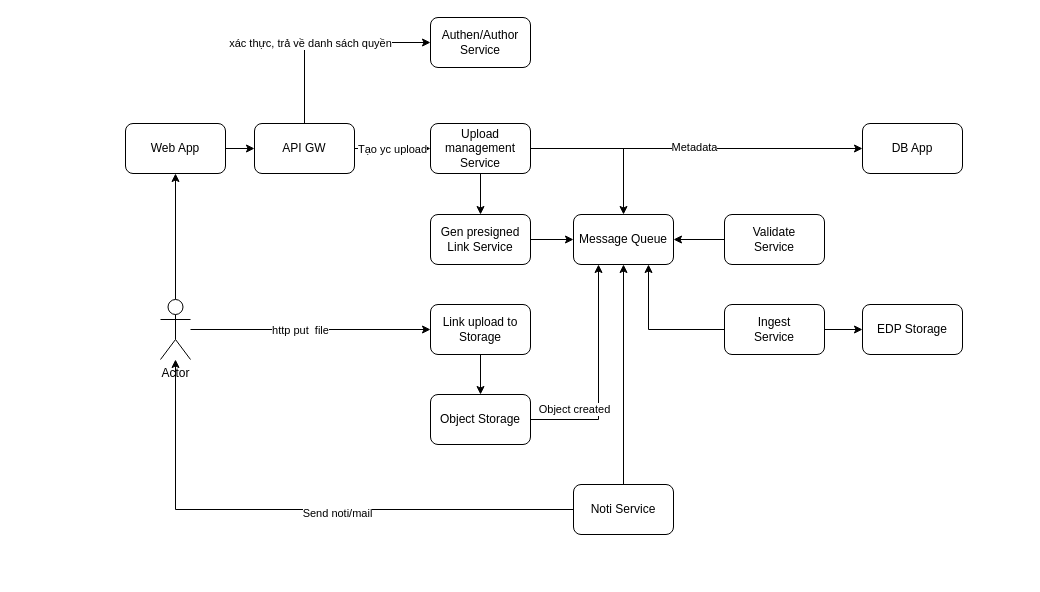
Above: page "Service" (2 of 4) of docs/App_UL.drawio in vietda1/enterprise-upload-system (draw.io), before the change. Source tidied: cells renumbered, new cells numbered last; positions are measured from the earlier drawing's top-left corner, leaving out a move shared by most shapes. Both pictures are drawn from the tidied source at 100%, with x=0, y=0 at pixel (125, 17).
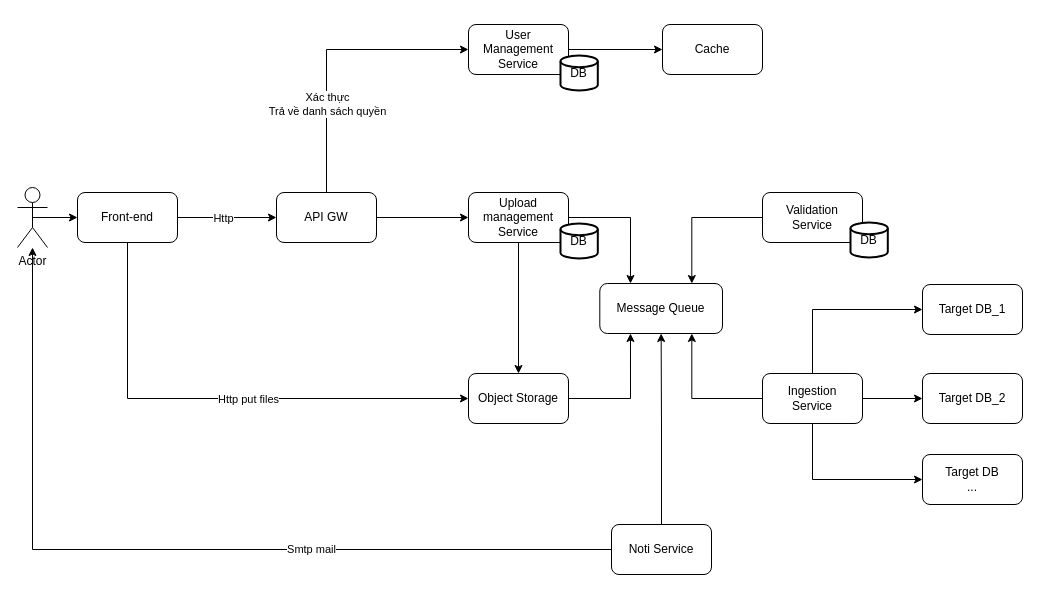
The same diagram, later.

The change refers to these unchanged cells:
```xml
<mxCell id="14" style="edgeStyle=orthogonalEdgeStyle;rounded=0;jettySize=auto;html=1;exitX=1;exitY=0.5;exitDx=0;exitDy=0;entryX=0;entryY=0.5;entryDx=0;entryDy=0;" parent="1" edge="1" source="15" target="21">
  <mxGeometry relative="1" as="geometry" />
</mxCell>
<mxCell id="19" style="edgeStyle=orthogonalEdgeStyle;rounded=0;jettySize=auto;html=1;exitX=0.5;exitY=0;exitDx=0;exitDy=0;entryX=0;entryY=0.5;entryDx=0;entryDy=0;" parent="1" edge="1" source="21" target="2">
  <mxGeometry relative="1" as="geometry" />
</mxCell>
<mxCell id="29" style="edgeStyle=orthogonalEdgeStyle;rounded=0;jettySize=auto;html=1;exitX=0;exitY=0.5;exitDx=0;exitDy=0;" parent="1" edge="1" source="32" target="28">
  <mxGeometry relative="1" as="geometry" />
</mxCell>
```

What changed in the source:
```diff
@@
-    <mxCell id="2" value="Authen/Author Service" style="rounded=1;whiteSpace=wrap;html=1;" parent="1" vertex="1">
-      <mxGeometry x="305" width="100" height="50" as="geometry" />
-    </mxCell>
-    <mxCell id="3" value="EDP Storage" style="rounded=1;whiteSpace=wrap;html=1;" parent="1" vertex="1">
-      <mxGeometry x="737" y="287" width="100" height="50" as="geometry" />
+    <mxCell id="3" value="Target DB_2" style="rounded=1;whiteSpace=wrap;html=1;" parent="1" vertex="1">
+      <mxGeometry x="797" y="356" width="100" height="50" as="geometry" />
     </mxCell>
-    <mxCell id="4" style="edgeStyle=orthogonalEdgeStyle;rounded=0;jettySize=auto;html=1;entryX=0.25;entryY=1;entryDx=0;entryDy=0;" parent="1" edge="1" source="6" target="16">
+    <mxCell id="4" style="edgeStyle=orthogonalEdgeStyle;rounded=0;jettySize=auto;html=1;exitX=1;exitY=0.5;exitDx=0;exitDy=0;entryX=0.25;entryY=1;entryDx=0;entryDy=0;" parent="1" edge="1" source="6" target="16">
       <mxGeometry relative="1" as="geometry" />
     </mxCell>
-    <mxCell id="5" value="Object created" style="edgeLabel;html=1;align=center;verticalAlign=middle;" parent="4" vertex="1">
-      <mxGeometry x="0.13" y="-1" relative="1" as="geometry">
-        <mxPoint x="-26" y="47" as="offset" />
-      </mxGeometry>
-    </mxCell>
     <mxCell id="6" value="Object Storage" style="rounded=1;whiteSpace=wrap;html=1;" parent="1" vertex="1">
-      <mxGeometry x="305" y="377" width="100" height="50" as="geometry" />
+      <mxGeometry x="343" y="356" width="100" height="50" as="geometry" />
     </mxCell>
-    <mxCell id="7" style="edgeStyle=orthogonalEdgeStyle;rounded=0;jettySize=auto;html=1;exitX=1;exitY=0.5;exitDx=0;exitDy=0;entryX=0;entryY=0.5;entryDx=0;entryDy=0;" parent="1" edge="1" source="8" target="16">
-      <mxGeometry relative="1" as="geometry" />
-    </mxCell>
-    <mxCell id="8" value="Gen presigned Link Service" style="rounded=1;whiteSpace=wrap;html=1;" parent="1" vertex="1">
-      <mxGeometry x="305" y="197" width="100" height="50" as="geometry" />
-    </mxCell>
-    <mxCell id="9" style="edgeStyle=orthogonalEdgeStyle;rounded=0;jettySize=auto;html=1;exitX=0.5;exitY=1;exitDx=0;exitDy=0;entryX=0.5;entryY=0;entryDx=0;entryDy=0;" parent="1" edge="1" source="13" target="8">
-      <mxGeometry relative="1" as="geometry" />
-    </mxCell>
-    <mxCell id="10" style="edgeStyle=orthogonalEdgeStyle;rounded=0;jettySize=auto;html=1;entryX=0;entryY=0.5;entryDx=0;entryDy=0;" parent="1" edge="1" source="13" target="22">
-      <mxGeometry relative="1" as="geometry" />
-    </mxCell>
-    <mxCell id="11" value="Metadata" style="edgeLabel;html=1;align=center;verticalAlign=middle;" parent="10" vertex="1">
-      <mxGeometry x="-0.01" y="2" relative="1" as="geometry">
-        <mxPoint x="-1" as="offset" />
-      </mxGeometry>
-    </mxCell>
-    <mxCell id="12" style="edgeStyle=orthogonalEdgeStyle;rounded=0;jettySize=auto;html=1;exitX=1;exitY=0.5;exitDx=0;exitDy=0;entryX=0.5;entryY=0;entryDx=0;entryDy=0;" parent="1" edge="1" source="13" target="16">
+    <mxCell id="12" style="edgeStyle=orthogonalEdgeStyle;rounded=0;jettySize=auto;html=1;exitX=1;exitY=0.5;exitDx=0;exitDy=0;entryX=0.25;entryY=0;entryDx=0;entryDy=0;" parent="1" edge="1" source="13" target="16">
       <mxGeometry relative="1" as="geometry" />
     </mxCell>
-    <mxCell id="13" value="Upload management Service" style="rounded=1;whiteSpace=wrap;html=1;" parent="1" vertex="1">
-      <mxGeometry x="305" y="106" width="100" height="50" as="geometry" />
-    </mxCell>
@@
+    <mxCell id="38" value="Http" style="edgeLabel;html=1;align=center;verticalAlign=middle;fontSize=11;" parent="14" vertex="1">
+      <mxGeometry x="-0.18" relative="1" as="geometry">
+        <mxPoint x="4" as="offset" />
+      </mxGeometry>
+    </mxCell>
+    <mxCell id="39" style="edgeStyle=orthogonalEdgeStyle;rounded=0;jettySize=auto;html=1;exitX=0.5;exitY=1;exitDx=0;exitDy=0;entryX=0;entryY=0.5;entryDx=0;entryDy=0;" parent="1" edge="1" source="15" target="6">
+      <mxGeometry relative="1" as="geometry" />
+    </mxCell>
+    <mxCell id="40" value="Http put files" style="edgeLabel;html=1;align=center;verticalAlign=middle;fontSize=11;" parent="39" vertex="1">
+      <mxGeometry x="0.11" relative="1" as="geometry" />
+    </mxCell>
-    <mxCell id="15" value="Web App" style="rounded=1;whiteSpace=wrap;html=1;" parent="1" vertex="1">
-      <mxGeometry y="106" width="100" height="50" as="geometry" />
+    <mxCell id="15" value="Front-end" style="rounded=1;whiteSpace=wrap;html=1;" parent="1" vertex="1">
+      <mxGeometry x="-48" y="175" width="100" height="50" as="geometry" />
     </mxCell>
     <mxCell id="16" value="Message Queue" style="rounded=1;whiteSpace=wrap;html=1;" parent="1" vertex="1">
-      <mxGeometry x="448" y="197" width="100" height="50" as="geometry" />
+      <mxGeometry x="474.3" y="266" width="122.7" height="50" as="geometry" />
     </mxCell>
-    <mxCell id="17" style="edgeStyle=orthogonalEdgeStyle;rounded=0;jettySize=auto;html=1;entryX=0;entryY=0.5;entryDx=0;entryDy=0;" parent="1" edge="1" source="21" target="13">
-      <mxGeometry relative="1" as="geometry" />
-    </mxCell>
-    <mxCell id="18" value="Tạo yc upload" style="edgeLabel;html=1;align=center;verticalAlign=middle;" parent="17" vertex="1">
-      <mxGeometry x="-0.33" relative="1" as="geometry">
-        <mxPoint x="12" as="offset" />
-      </mxGeometry>
-    </mxCell>
@@
-    <mxCell id="20" value="xác thực, trả về danh sách quyền" style="edgeLabel;html=1;align=center;verticalAlign=middle;" parent="19" vertex="1">
-      <mxGeometry x="-0.17" relative="1" as="geometry" />
+    <mxCell id="20" value="Xác thực&lt;div&gt;Trả về danh sách quyền&lt;/div&gt;" style="edgeLabel;html=1;align=center;verticalAlign=middle;" parent="19" vertex="1">
+      <mxGeometry x="-0.17" relative="1" as="geometry">
+        <mxPoint y="29" as="offset" />
+      </mxGeometry>
     </mxCell>
+    <mxCell id="17" style="edgeStyle=orthogonalEdgeStyle;rounded=0;jettySize=auto;html=1;exitX=1;exitY=0.5;exitDx=0;exitDy=0;entryX=0;entryY=0.5;entryDx=0;entryDy=0;" parent="1" edge="1" source="21" target="13">
+      <mxGeometry relative="1" as="geometry" />
+    </mxCell>
     <mxCell id="21" value="API GW" style="rounded=1;whiteSpace=wrap;html=1;" parent="1" vertex="1">
-      <mxGeometry x="129" y="106" width="100" height="50" as="geometry" />
+      <mxGeometry x="151" y="175" width="100" height="50" as="geometry" />
     </mxCell>
-    <mxCell id="22" value="DB App" style="rounded=1;whiteSpace=wrap;html=1;" parent="1" vertex="1">
-      <mxGeometry x="737" y="106" width="100" height="50" as="geometry" />
-    </mxCell>
-    <mxCell id="23" style="edgeStyle=orthogonalEdgeStyle;rounded=0;jettySize=auto;html=1;exitX=0.5;exitY=1;exitDx=0;exitDy=0;entryX=0.5;entryY=0;entryDx=0;entryDy=0;" parent="1" edge="1" source="24" target="6">
-      <mxGeometry relative="1" as="geometry" />
-    </mxCell>
-    <mxCell id="24" value="Link upload to Storage" style="rounded=1;whiteSpace=wrap;html=1;" parent="1" vertex="1">
-      <mxGeometry x="305" y="287" width="100" height="50" as="geometry" />
-    </mxCell>
-    <mxCell id="25" style="edgeStyle=orthogonalEdgeStyle;rounded=0;jettySize=auto;html=1;entryX=0;entryY=0.5;entryDx=0;entryDy=0;" parent="1" edge="1" source="28" target="24">
-      <mxGeometry relative="1" as="geometry" />
-    </mxCell>
-    <mxCell id="26" value="http put&amp;nbsp; file" style="edgeLabel;html=1;align=center;verticalAlign=middle;" parent="25" vertex="1">
-      <mxGeometry x="-0.09" relative="1" as="geometry" />
-    </mxCell>
-    <mxCell id="27" style="edgeStyle=orthogonalEdgeStyle;rounded=0;jettySize=auto;html=1;entryX=0.5;entryY=1;entryDx=0;entryDy=0;" parent="1" edge="1" source="28" target="15">
+    <mxCell id="27" style="edgeStyle=orthogonalEdgeStyle;rounded=0;jettySize=auto;html=1;exitX=0.5;exitY=0.5;exitDx=0;exitDy=0;exitPerimeter=0;entryX=0;entryY=0.5;entryDx=0;entryDy=0;" parent="1" edge="1" source="28" target="15">
       <mxGeometry relative="1" as="geometry" />
     </mxCell>
     <mxCell id="28" value="Actor" style="shape=umlActor;verticalLabelPosition=bottom;verticalAlign=top;html=1;outlineConnect=0;" parent="1" vertex="1">
-      <mxGeometry x="35" y="282" width="30" height="60" as="geometry" />
+      <mxGeometry x="-108" y="170" width="30" height="60" as="geometry" />
     </mxCell>
@@
-    <mxCell id="30" value="Send noti/mail" style="edgeLabel;html=1;align=center;verticalAlign=middle;" parent="29" vertex="1">
-      <mxGeometry x="-0.14" y="3" relative="1" as="geometry">
-        <mxPoint x="-1" as="offset" />
-      </mxGeometry>
-    </mxCell>
+    <mxCell id="41" value="Smtp mail" style="edgeLabel;html=1;align=center;verticalAlign=middle;" parent="29" vertex="1">
+      <mxGeometry x="-0.32" y="-1" relative="1" as="geometry">
+        <mxPoint x="-1" as="offset" />
+      </mxGeometry>
+    </mxCell>
@@
     <mxCell id="32" value="Noti Service" style="rounded=1;whiteSpace=wrap;html=1;" parent="1" vertex="1">
-      <mxGeometry x="448" y="467" width="100" height="50" as="geometry" />
+      <mxGeometry x="486" y="507" width="100" height="50" as="geometry" />
     </mxCell>
-    <mxCell id="33" style="edgeStyle=orthogonalEdgeStyle;rounded=0;jettySize=auto;html=1;exitX=0;exitY=0.5;exitDx=0;exitDy=0;entryX=1;entryY=0.5;entryDx=0;entryDy=0;" parent="1" edge="1" source="34" target="16">
+    <mxCell id="33" style="edgeStyle=orthogonalEdgeStyle;rounded=0;jettySize=auto;html=1;exitX=0;exitY=0.5;exitDx=0;exitDy=0;entryX=0.75;entryY=0;entryDx=0;entryDy=0;" parent="1" edge="1" source="34" target="16">
       <mxGeometry relative="1" as="geometry" />
     </mxCell>
-    <mxCell id="34" value="Validate&lt;div&gt;Service&lt;/div&gt;" style="rounded=1;whiteSpace=wrap;html=1;" parent="1" vertex="1">
-      <mxGeometry x="599" y="197" width="100" height="50" as="geometry" />
-    </mxCell>
@@
+    <mxCell id="42" style="edgeStyle=orthogonalEdgeStyle;rounded=0;jettySize=auto;html=1;exitX=0.5;exitY=0;exitDx=0;exitDy=0;entryX=0;entryY=0.5;entryDx=0;entryDy=0;" parent="1" edge="1" source="37" target="50">
+      <mxGeometry relative="1" as="geometry" />
+    </mxCell>
+    <mxCell id="43" style="edgeStyle=orthogonalEdgeStyle;rounded=0;jettySize=auto;html=1;exitX=0.5;exitY=1;exitDx=0;exitDy=0;entryX=0;entryY=0.5;entryDx=0;entryDy=0;" parent="1" edge="1" source="37" target="51">
+      <mxGeometry relative="1" as="geometry" />
+    </mxCell>
-    <mxCell id="37" value="Ingest&lt;div&gt;Service&lt;/div&gt;" style="rounded=1;whiteSpace=wrap;html=1;" parent="1" vertex="1">
-      <mxGeometry x="599" y="287" width="100" height="50" as="geometry" />
+    <mxCell id="37" value="Ingestion&lt;div&gt;Service&lt;/div&gt;" style="rounded=1;whiteSpace=wrap;html=1;" parent="1" vertex="1">
+      <mxGeometry x="637" y="356" width="100" height="50" as="geometry" />
     </mxCell>
+    <mxCell id="44" style="group;" parent="1" vertex="1">
+      <mxGeometry x="637" y="175" width="125.3" height="65" as="geometry" />
+    </mxCell>
+    <mxCell id="34" value="Validation&lt;div&gt;Service&lt;/div&gt;" style="rounded=1;whiteSpace=wrap;html=1;" parent="44" vertex="1">
+      <mxGeometry width="100" height="50" as="geometry" />
+    </mxCell>
+    <mxCell id="45" value="DB" style="strokeWidth=2;html=1;shape=mxgraph.flowchart.database;whiteSpace=wrap;" parent="44" vertex="1">
+      <mxGeometry x="88" y="30" width="37.3" height="35" as="geometry" />
+    </mxCell>
+    <mxCell id="46" style="group;" parent="1" vertex="1">
+      <mxGeometry x="343" y="7" width="129.3" height="66" as="geometry" />
+    </mxCell>
+    <mxCell id="2" value="User&lt;div&gt;Management Service&lt;/div&gt;" style="rounded=1;whiteSpace=wrap;html=1;" parent="46" vertex="1">
+      <mxGeometry width="100" height="50" as="geometry" />
+    </mxCell>
+    <mxCell id="47" value="DB" style="strokeWidth=2;html=1;shape=mxgraph.flowchart.database;whiteSpace=wrap;" parent="46" vertex="1">
+      <mxGeometry x="92" y="31" width="37.3" height="35" as="geometry" />
+    </mxCell>
+    <mxCell id="48" style="group;" parent="1" vertex="1">
+      <mxGeometry x="343" y="175" width="129.3" height="66" as="geometry" />
+    </mxCell>
+    <mxCell id="13" value="Upload management Service" style="rounded=1;whiteSpace=wrap;html=1;" parent="48" vertex="1">
+      <mxGeometry width="100" height="50" as="geometry" />
+    </mxCell>
+    <mxCell id="49" value="DB" style="strokeWidth=2;html=1;shape=mxgraph.flowchart.database;whiteSpace=wrap;" parent="48" vertex="1">
+      <mxGeometry x="92" y="31" width="37.3" height="35" as="geometry" />
+    </mxCell>
+    <mxCell id="50" value="Target DB_1" style="rounded=1;whiteSpace=wrap;html=1;" parent="1" vertex="1">
+      <mxGeometry x="797" y="267" width="100" height="50" as="geometry" />
+    </mxCell>
+    <mxCell id="51" value="Target DB&lt;div&gt;...&lt;/div&gt;" style="rounded=1;whiteSpace=wrap;html=1;" parent="1" vertex="1">
+      <mxGeometry x="797" y="437" width="100" height="50" as="geometry" />
+    </mxCell>
+    <mxCell id="52" value="Cache" style="rounded=1;whiteSpace=wrap;html=1;" parent="1" vertex="1">
+      <mxGeometry x="537" y="7" width="100" height="50" as="geometry" />
+    </mxCell>
+    <mxCell id="53" style="edgeStyle=orthogonalEdgeStyle;rounded=0;jettySize=auto;html=1;exitX=1;exitY=0.5;exitDx=0;exitDy=0;entryX=0;entryY=0.5;entryDx=0;entryDy=0;" parent="1" edge="1" source="2" target="52">
+      <mxGeometry relative="1" as="geometry" />
+    </mxCell>
+    <mxCell id="54" style="edgeStyle=orthogonalEdgeStyle;rounded=0;jettySize=auto;html=1;entryX=0.5;entryY=0;entryDx=0;entryDy=0;" parent="1" edge="1" source="13" target="6">
+      <mxGeometry relative="1" as="geometry" />
+    </mxCell>
```
